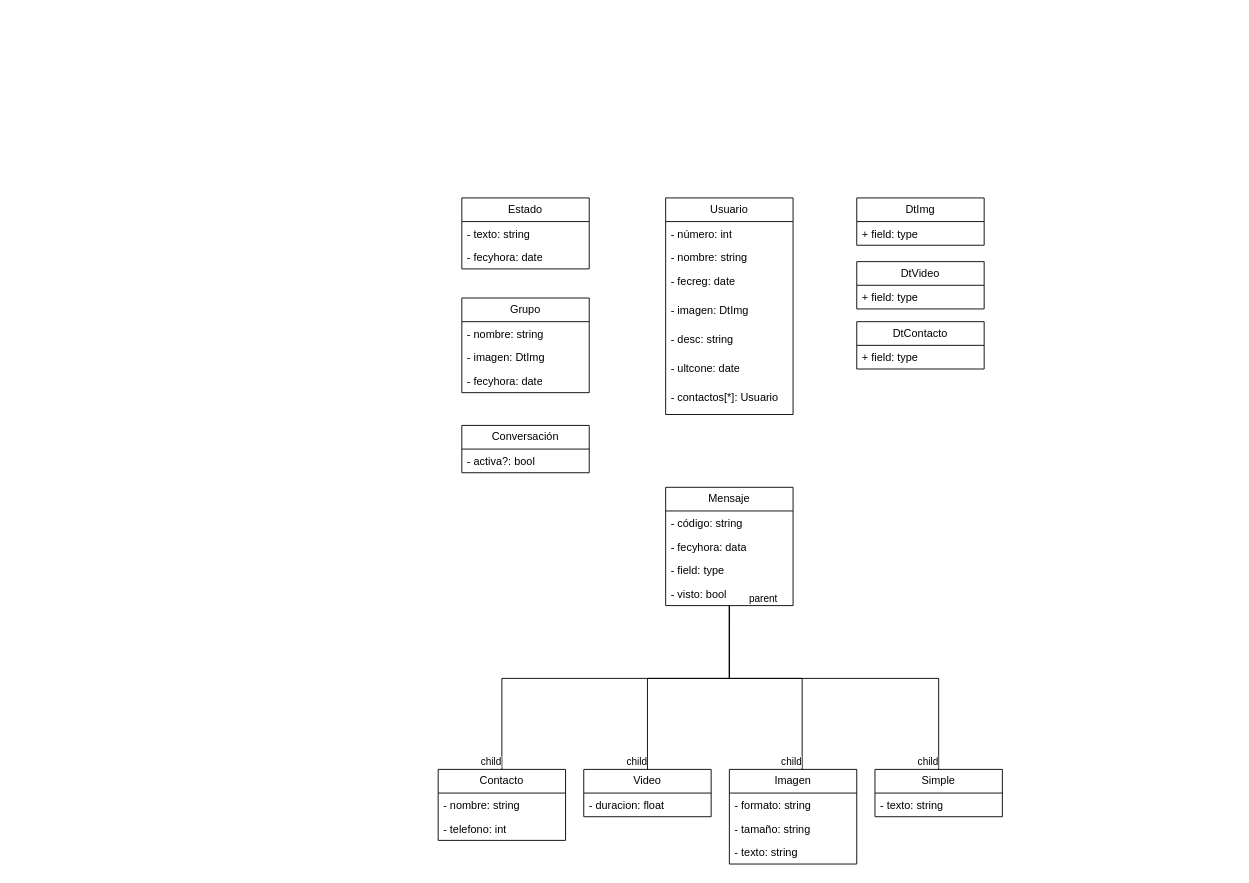
The draw.io diagram Lab2.drawio in rofernandezm/laboratorio2Pav2023, before the edit. Source tidied: cells renumbered, new cells numbered last; positions are measured from the earlier drawing's top-left corner, leaving out a move shared by most shapes. Both pictures are drawn from the tidied source at 91%, with x=0, y=0 at pixel (438, 197).
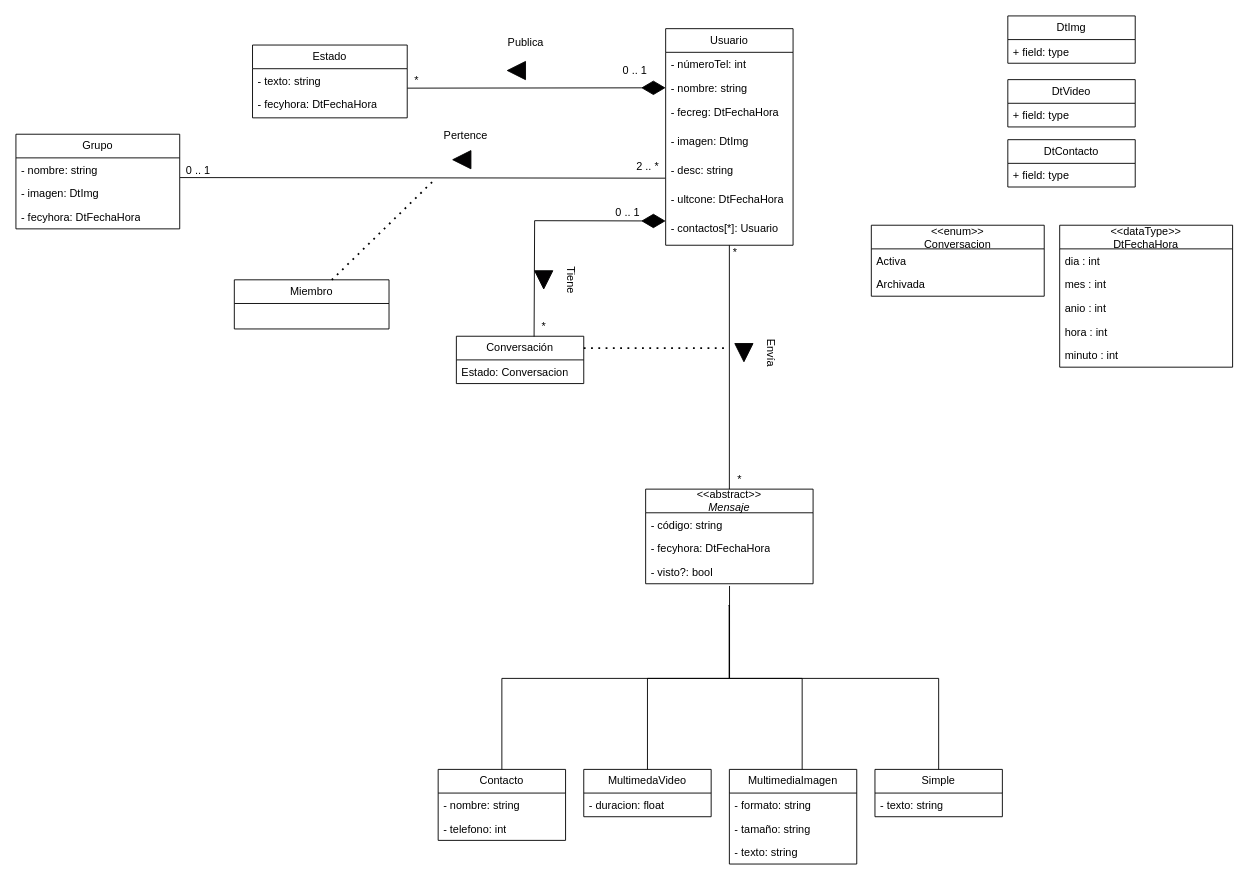
After the change.

Unchanged cells that the change refers to:
```xml
<mxCell id="4" value="- nombre: string" style="text;strokeColor=none;fillColor=none;align=left;verticalAlign=top;spacingLeft=4;spacingRight=4;overflow=hidden;points=[[0,0.5],[1,0.5]];portConstraint=eastwest;whiteSpace=wrap;html=1;" parent="2" vertex="1">
  <mxGeometry y="52" width="140" height="26" as="geometry" />
</mxCell>
<mxCell id="7" value="- desc: string" style="text;strokeColor=none;fillColor=none;align=left;verticalAlign=top;spacingLeft=4;spacingRight=4;overflow=hidden;points=[[0,0.5],[1,0.5]];portConstraint=eastwest;whiteSpace=wrap;html=1;" parent="2" vertex="1">
  <mxGeometry y="142" width="140" height="32" as="geometry" />
</mxCell>
<mxCell id="9" value="- contactos[*]: Usuario&amp;nbsp;" style="text;strokeColor=none;fillColor=none;align=left;verticalAlign=top;spacingLeft=4;spacingRight=4;overflow=hidden;points=[[0,0.5],[1,0.5]];portConstraint=eastwest;whiteSpace=wrap;html=1;" parent="2" vertex="1">
  <mxGeometry y="206" width="140" height="32" as="geometry" />
</mxCell>
<mxCell id="24" style="endArrow=none;html=1;edgeStyle=orthogonalEdgeStyle;rounded=0;" parent="1" edge="1" target="27">
  <mxGeometry relative="1" as="geometry">
    <mxPoint x="320" y="448" as="sourcePoint" />
    <Array as="points">
      <mxPoint x="320" y="449" />
      <mxPoint x="320" y="528" />
      <mxPoint x="550" y="528" />
    </Array>
  </mxGeometry>
</mxCell>
<mxCell id="33" style="endArrow=none;html=1;edgeStyle=orthogonalEdgeStyle;rounded=0;exitX=0.501;exitY=1.092;exitDx=0;exitDy=0;exitPerimeter=0;" parent="1" edge="1" source="16" target="35">
  <mxGeometry relative="1" as="geometry">
    <Array as="points">
      <mxPoint x="320" y="528" />
      <mxPoint x="400" y="528" />
    </Array>
  </mxGeometry>
</mxCell>
<mxCell id="39" style="endArrow=none;html=1;edgeStyle=orthogonalEdgeStyle;rounded=0;" parent="1" edge="1" target="41">
  <mxGeometry relative="1" as="geometry">
    <mxPoint x="320" y="448" as="sourcePoint" />
    <Array as="points">
      <mxPoint x="320" y="528" />
      <mxPoint x="230" y="528" />
    </Array>
  </mxGeometry>
</mxCell>
<mxCell id="45" style="endArrow=none;html=1;edgeStyle=orthogonalEdgeStyle;rounded=0;" parent="1" edge="1" target="47">
  <mxGeometry relative="1" as="geometry">
    <mxPoint x="319" y="448" as="sourcePoint" />
    <Array as="points">
      <mxPoint x="320" y="448" />
      <mxPoint x="320" y="528" />
      <mxPoint x="70" y="528" />
    </Array>
  </mxGeometry>
</mxCell>
```

The edit, as a diff of the source:
```diff
@@
     <mxCell id="2" value="Usuario" style="swimlane;fontStyle=0;horizontal=1;startSize=26;fillColor=none;whiteSpace=wrap;html=1;" parent="1" vertex="1">
-      <mxGeometry x="250" width="140" height="238" as="geometry" />
+      <mxGeometry x="250" y="-186" width="140" height="238" as="geometry" />
     </mxCell>
-    <mxCell id="3" value="- número: int" style="text;strokeColor=none;fillColor=none;align=left;verticalAlign=top;spacingLeft=4;spacingRight=4;overflow=hidden;whiteSpace=wrap;html=1;" parent="2" vertex="1">
+    <mxCell id="3" value="- númeroTel: int" style="text;strokeColor=none;fillColor=none;align=left;verticalAlign=top;spacingLeft=4;spacingRight=4;overflow=hidden;whiteSpace=wrap;html=1;" parent="2" vertex="1">
       <mxGeometry y="26" width="140" height="26" as="geometry" />
     </mxCell>
@@
-    <mxCell id="5" value="- fecreg: date" style="text;strokeColor=none;fillColor=none;align=left;verticalAlign=top;spacingLeft=4;spacingRight=4;overflow=hidden;whiteSpace=wrap;html=1;" parent="2" vertex="1">
+    <mxCell id="5" value="- fecreg: DtFechaHora" style="text;strokeColor=none;fillColor=none;align=left;verticalAlign=top;spacingLeft=4;spacingRight=4;overflow=hidden;whiteSpace=wrap;html=1;" parent="2" vertex="1">
       <mxGeometry y="78" width="140" height="32" as="geometry" />
     </mxCell>
@@
-    <mxCell id="8" value="- ultcone: date" style="text;strokeColor=none;fillColor=none;align=left;verticalAlign=top;spacingLeft=4;spacingRight=4;overflow=hidden;whiteSpace=wrap;html=1;" parent="2" vertex="1">
+    <mxCell id="8" value="- ultcone: DtFechaHora" style="text;strokeColor=none;fillColor=none;align=left;verticalAlign=top;spacingLeft=4;spacingRight=4;overflow=hidden;whiteSpace=wrap;html=1;" parent="2" vertex="1">
       <mxGeometry y="174" width="140" height="32" as="geometry" />
     </mxCell>
@@
     <mxCell id="10" value="Conversación" style="swimlane;fontStyle=0;horizontal=1;startSize=26;fillColor=none;whiteSpace=wrap;html=1;" parent="1" vertex="1">
-      <mxGeometry x="26" y="250" width="140" height="52" as="geometry" />
+      <mxGeometry x="20" y="152" width="140" height="52" as="geometry" />
     </mxCell>
-    <mxCell id="11" value="- activa?: bool" style="text;strokeColor=none;fillColor=none;align=left;verticalAlign=top;spacingLeft=4;spacingRight=4;overflow=hidden;whiteSpace=wrap;html=1;" parent="10" vertex="1">
+    <mxCell id="11" value="Estado: Conversacion" style="text;strokeColor=none;fillColor=none;align=left;verticalAlign=top;spacingLeft=4;spacingRight=4;overflow=hidden;whiteSpace=wrap;html=1;" parent="10" vertex="1">
       <mxGeometry y="26" width="140" height="26" as="geometry" />
     </mxCell>
-    <mxCell id="12" value="Mensaje" style="swimlane;fontStyle=0;horizontal=1;startSize=26;fillColor=none;whiteSpace=wrap;html=1;" parent="1" vertex="1">
-      <mxGeometry x="250" y="318" width="140" height="130" as="geometry" />
+    <mxCell id="12" value="&lt;div&gt;&amp;lt;&amp;lt;abstract&amp;gt;&amp;gt;&lt;br&gt;&lt;/div&gt;&lt;div&gt;&lt;i&gt;Mensaje&lt;/i&gt;&lt;/div&gt;" style="swimlane;fontStyle=0;horizontal=1;startSize=26;fillColor=none;whiteSpace=wrap;html=1;" parent="1" vertex="1">
+      <mxGeometry x="228" y="320" width="184" height="104" as="geometry" />
     </mxCell>
     <mxCell id="13" value="- código: string" style="text;strokeColor=none;fillColor=none;align=left;verticalAlign=top;spacingLeft=4;spacingRight=4;overflow=hidden;whiteSpace=wrap;html=1;" parent="12" vertex="1">
-      <mxGeometry y="26" width="140" height="26" as="geometry" />
+      <mxGeometry y="26" width="184" height="26" as="geometry" />
     </mxCell>
-    <mxCell id="14" value="- fecyhora: data" style="text;strokeColor=none;fillColor=none;align=left;verticalAlign=top;spacingLeft=4;spacingRight=4;overflow=hidden;whiteSpace=wrap;html=1;" parent="12" vertex="1">
-      <mxGeometry y="52" width="140" height="26" as="geometry" />
+    <mxCell id="14" value="- fecyhora: DtFechaHora" style="text;strokeColor=none;fillColor=none;align=left;verticalAlign=top;spacingLeft=4;spacingRight=4;overflow=hidden;whiteSpace=wrap;html=1;" parent="12" vertex="1">
+      <mxGeometry y="52" width="184" height="26" as="geometry" />
     </mxCell>
-    <mxCell id="15" value="- field: type" style="text;strokeColor=none;fillColor=none;align=left;verticalAlign=top;spacingLeft=4;spacingRight=4;overflow=hidden;whiteSpace=wrap;html=1;" parent="12" vertex="1">
-      <mxGeometry y="78" width="140" height="26" as="geometry" />
-    </mxCell>
-    <mxCell id="16" value="- visto: bool" style="text;strokeColor=none;fillColor=none;align=left;verticalAlign=top;spacingLeft=4;spacingRight=4;overflow=hidden;points=[[0,0.5],[1,0.5]];portConstraint=eastwest;whiteSpace=wrap;html=1;" parent="12" vertex="1">
-      <mxGeometry y="104" width="140" height="26" as="geometry" />
+    <mxCell id="16" value="- visto?: bool" style="text;strokeColor=none;fillColor=none;align=left;verticalAlign=top;spacingLeft=4;spacingRight=4;overflow=hidden;points=[[0,0.5],[1,0.5]];portConstraint=eastwest;whiteSpace=wrap;html=1;" parent="12" vertex="1">
+      <mxGeometry y="78" width="184" height="26" as="geometry" />
     </mxCell>
     <mxCell id="17" value="Grupo" style="swimlane;fontStyle=0;horizontal=1;startSize=26;fillColor=none;whiteSpace=wrap;html=1;" parent="1" vertex="1">
-      <mxGeometry x="26" y="110" width="140" height="104" as="geometry" />
+      <mxGeometry x="-464" y="-70" width="180" height="104" as="geometry" />
     </mxCell>
     <mxCell id="18" value="- nombre: string" style="text;strokeColor=none;fillColor=none;align=left;verticalAlign=top;spacingLeft=4;spacingRight=4;overflow=hidden;points=[[0,0.5],[1,0.5]];portConstraint=eastwest;whiteSpace=wrap;html=1;" parent="17" vertex="1">
-      <mxGeometry y="26" width="140" height="26" as="geometry" />
+      <mxGeometry y="26" width="180" height="26" as="geometry" />
     </mxCell>
     <mxCell id="19" value="- imagen: DtImg" style="text;strokeColor=none;fillColor=none;align=left;verticalAlign=top;spacingLeft=4;spacingRight=4;overflow=hidden;whiteSpace=wrap;html=1;" parent="17" vertex="1">
-      <mxGeometry y="52" width="140" height="26" as="geometry" />
+      <mxGeometry y="52" width="180" height="26" as="geometry" />
     </mxCell>
-    <mxCell id="20" value="- fecyhora: date" style="text;strokeColor=none;fillColor=none;align=left;verticalAlign=top;spacingLeft=4;spacingRight=4;overflow=hidden;whiteSpace=wrap;html=1;" parent="17" vertex="1">
-      <mxGeometry y="78" width="140" height="26" as="geometry" />
+    <mxCell id="20" value="- fecyhora: DtFechaHora" style="text;strokeColor=none;fillColor=none;align=left;verticalAlign=top;spacingLeft=4;spacingRight=4;overflow=hidden;whiteSpace=wrap;html=1;" parent="17" vertex="1">
+      <mxGeometry y="78" width="180" height="26" as="geometry" />
     </mxCell>
     <mxCell id="21" value="Estado" style="swimlane;fontStyle=0;horizontal=1;startSize=26;fillColor=none;whiteSpace=wrap;html=1;" parent="1" vertex="1">
-      <mxGeometry x="26" width="140" height="78" as="geometry" />
+      <mxGeometry x="-204" y="-168" width="170" height="80" as="geometry" />
     </mxCell>
     <mxCell id="22" value="- texto: string" style="text;strokeColor=none;fillColor=none;align=left;verticalAlign=top;spacingLeft=4;spacingRight=4;overflow=hidden;points=[[0,0.5],[1,0.5]];portConstraint=eastwest;whiteSpace=wrap;html=1;" parent="21" vertex="1">
-      <mxGeometry y="26" width="140" height="26" as="geometry" />
+      <mxGeometry y="26" width="170" height="26" as="geometry" />
     </mxCell>
-    <mxCell id="23" value="- fecyhora: date" style="text;strokeColor=none;fillColor=none;align=left;verticalAlign=top;spacingLeft=4;spacingRight=4;overflow=hidden;whiteSpace=wrap;html=1;" parent="21" vertex="1">
-      <mxGeometry y="52" width="140" height="26" as="geometry" />
+    <mxCell id="23" value="- fecyhora: DtFechaHora" style="text;strokeColor=none;fillColor=none;align=left;verticalAlign=top;spacingLeft=4;spacingRight=4;overflow=hidden;whiteSpace=wrap;html=1;" parent="21" vertex="1">
+      <mxGeometry y="52" width="170" height="28" as="geometry" />
     </mxCell>
@@
-    <mxCell id="25" value="parent" style="edgeLabel;html=1;align=left;verticalAlign=bottom;" parent="24" vertex="1">
-      <mxGeometry x="-1" relative="1" as="geometry">
-        <mxPoint x="20" as="offset" />
-      </mxGeometry>
-    </mxCell>
-    <mxCell id="26" value="child" style="edgeLabel;html=1;align=right;verticalAlign=bottom;" parent="24" vertex="1">
-      <mxGeometry x="1" relative="1" as="geometry" />
-    </mxCell>
@@
     <mxCell id="29" value="DtImg" style="swimlane;fontStyle=0;horizontal=1;startSize=26;fillColor=none;whiteSpace=wrap;html=1;" parent="1" vertex="1">
-      <mxGeometry x="460" width="140" height="52" as="geometry" />
+      <mxGeometry x="626" y="-200" width="140" height="52" as="geometry" />
     </mxCell>
@@
     <mxCell id="31" value="DtVideo" style="swimlane;fontStyle=0;horizontal=1;startSize=26;fillColor=none;whiteSpace=wrap;html=1;" parent="1" vertex="1">
-      <mxGeometry x="460" y="70" width="140" height="52" as="geometry" />
+      <mxGeometry x="626" y="-130" width="140" height="52" as="geometry" />
     </mxCell>
@@
-    <mxCell id="34" value="child" style="edgeLabel;html=1;align=right;verticalAlign=bottom;" parent="33" vertex="1">
-      <mxGeometry x="1" relative="1" as="geometry" />
-    </mxCell>
-    <mxCell id="35" value="Imagen" style="swimlane;fontStyle=0;horizontal=1;startSize=26;fillColor=none;whiteSpace=wrap;html=1;" parent="1" vertex="1">
+    <mxCell id="35" value="MultimediaImagen" style="swimlane;fontStyle=0;horizontal=1;startSize=26;fillColor=none;whiteSpace=wrap;html=1;" parent="1" vertex="1">
       <mxGeometry x="320" y="628" width="140" height="104" as="geometry" />
     </mxCell>
@@
-    <mxCell id="40" value="child" style="edgeLabel;html=1;align=right;verticalAlign=bottom;" parent="39" vertex="1">
-      <mxGeometry x="1" relative="1" as="geometry" />
-    </mxCell>
-    <mxCell id="41" value="Video" style="swimlane;fontStyle=0;horizontal=1;startSize=26;fillColor=none;whiteSpace=wrap;html=1;" parent="1" vertex="1">
+    <mxCell id="41" value="MultimedaVideo" style="swimlane;fontStyle=0;horizontal=1;startSize=26;fillColor=none;whiteSpace=wrap;html=1;" parent="1" vertex="1">
       <mxGeometry x="160" y="628" width="140" height="52" as="geometry" />
     </mxCell>
@@
     <mxCell id="43" value="DtContacto" style="swimlane;fontStyle=0;horizontal=1;startSize=26;fillColor=none;whiteSpace=wrap;html=1;" parent="1" vertex="1">
-      <mxGeometry x="460" y="136" width="140" height="52" as="geometry" />
+      <mxGeometry x="626" y="-64" width="140" height="52" as="geometry" />
     </mxCell>
@@
-    <mxCell id="46" value="child" style="edgeLabel;html=1;align=right;verticalAlign=bottom;" parent="45" vertex="1">
-      <mxGeometry x="1" relative="1" as="geometry" />
-    </mxCell>
@@
+    <mxCell id="50" style="endArrow=none;html=1;rounded=0;entryX=0.5;entryY=1;entryDx=0;entryDy=0;exitX=0.5;exitY=0;exitDx=0;exitDy=0;" parent="1" edge="1" source="12" target="2">
+      <mxGeometry relative="1" as="geometry" />
+    </mxCell>
+    <mxCell id="51" style="endArrow=none;dashed=1;html=1;dashPattern=1 3;strokeWidth=2;rounded=0;exitX=1;exitY=0.25;exitDx=0;exitDy=0;" parent="1" edge="1" source="10">
+      <mxGeometry relative="1" as="geometry">
+        <mxPoint x="316" y="165" as="targetPoint" />
+      </mxGeometry>
+    </mxCell>
+    <mxCell id="52" style="triangle;whiteSpace=wrap;html=1;rotation=90;fillColor=#030203;" parent="1" vertex="1">
+      <mxGeometry x="326" y="160" width="20" height="20" as="geometry" />
+    </mxCell>
+    <mxCell id="53" value="Envía" style="text;html=1;align=center;verticalAlign=middle;strokeColor=none;fillColor=none;rotation=90;" parent="1" vertex="1">
+      <mxGeometry x="341" y="160" width="50" height="20" as="geometry" />
+    </mxCell>
+    <mxCell id="54" value="*" style="text;html=1;align=center;verticalAlign=middle;strokeColor=none;fillColor=none;" parent="1" vertex="1">
+      <mxGeometry x="316" y="50" width="20" height="20" as="geometry" />
+    </mxCell>
+    <mxCell id="55" value="*" style="text;html=1;align=center;verticalAlign=middle;strokeColor=none;fillColor=none;" parent="1" vertex="1">
+      <mxGeometry x="321" y="300" width="20" height="20" as="geometry" />
+    </mxCell>
+    <mxCell id="56" value="0 .. 1" style="text;html=1;align=center;verticalAlign=middle;strokeColor=none;fillColor=none;" parent="1" vertex="1">
+      <mxGeometry x="188" y="6" width="40" height="20" as="geometry" />
+    </mxCell>
+    <mxCell id="57" value="*" style="text;html=1;align=center;verticalAlign=middle;strokeColor=none;fillColor=none;" parent="1" vertex="1">
+      <mxGeometry x="106" y="132" width="20" height="20" as="geometry" />
+    </mxCell>
+    <mxCell id="58" style="endArrow=diamondThin;endFill=1;endSize=24;html=1;rounded=0;exitX=0.61;exitY=0.007;exitDx=0;exitDy=0;exitPerimeter=0;entryX=0;entryY=0.167;entryDx=0;entryDy=0;entryPerimeter=0;" parent="1" edge="1" source="10" target="9">
+      <mxGeometry relative="1" as="geometry">
+        <Array as="points">
+          <mxPoint x="106" y="25" />
+        </Array>
+      </mxGeometry>
+    </mxCell>
+    <mxCell id="59" value="*" style="text;html=1;align=center;verticalAlign=middle;strokeColor=none;fillColor=none;" parent="1" vertex="1">
+      <mxGeometry x="-34" y="-139" width="20" height="20" as="geometry" />
+    </mxCell>
+    <mxCell id="60" value="&lt;div&gt;0 .. 1&lt;/div&gt;" style="text;html=1;align=center;verticalAlign=middle;strokeColor=none;fillColor=none;" parent="1" vertex="1">
+      <mxGeometry x="196" y="-150" width="40" height="20" as="geometry" />
+    </mxCell>
+    <mxCell id="61" style="endArrow=diamondThin;endFill=1;endSize=24;html=1;rounded=0;entryX=0;entryY=0.5;entryDx=0;entryDy=0;exitX=1.001;exitY=0.822;exitDx=0;exitDy=0;exitPerimeter=0;" parent="1" edge="1" source="22" target="4">
+      <mxGeometry relative="1" as="geometry" />
+    </mxCell>
+    <mxCell id="62" value="&#10;&lt;&lt;dataType&gt;&gt;&#10;DtFechaHora&#10;" style="swimlane;fontStyle=0;horizontal=1;startSize=26;fillColor=none;" parent="1" vertex="1">
+      <mxGeometry x="683" y="30" width="190" height="156" as="geometry" />
+    </mxCell>
+    <mxCell id="63" value="dia : int" style="text;strokeColor=none;fillColor=none;align=left;verticalAlign=top;spacingLeft=4;spacingRight=4;overflow=hidden;" parent="62" vertex="1">
+      <mxGeometry y="26" width="190" height="26" as="geometry" />
+    </mxCell>
+    <mxCell id="64" value="mes : int" style="text;strokeColor=none;fillColor=none;align=left;verticalAlign=top;spacingLeft=4;spacingRight=4;overflow=hidden;" parent="62" vertex="1">
+      <mxGeometry y="52" width="190" height="26" as="geometry" />
+    </mxCell>
+    <mxCell id="65" value="anio : int" style="text;strokeColor=none;fillColor=none;align=left;verticalAlign=top;spacingLeft=4;spacingRight=4;overflow=hidden;" parent="62" vertex="1">
+      <mxGeometry y="78" width="190" height="26" as="geometry" />
+    </mxCell>
+    <mxCell id="66" value="hora : int" style="text;strokeColor=none;fillColor=none;align=left;verticalAlign=top;spacingLeft=4;spacingRight=4;overflow=hidden;" parent="62" vertex="1">
+      <mxGeometry y="104" width="190" height="26" as="geometry" />
+    </mxCell>
+    <mxCell id="67" value="minuto : int" style="text;strokeColor=none;fillColor=none;align=left;verticalAlign=top;spacingLeft=4;spacingRight=4;overflow=hidden;" parent="62" vertex="1">
+      <mxGeometry y="130" width="190" height="26" as="geometry" />
+    </mxCell>
+    <mxCell id="68" style="triangle;whiteSpace=wrap;html=1;rotation=-180;fillColor=#030203;" parent="1" vertex="1">
+      <mxGeometry x="76" y="-150" width="20" height="20" as="geometry" />
+    </mxCell>
+    <mxCell id="69" value="Publica" style="text;html=1;align=center;verticalAlign=middle;strokeColor=none;fillColor=none;rotation=0;" parent="1" vertex="1">
+      <mxGeometry x="66" y="-180" width="60" height="20" as="geometry" />
+    </mxCell>
+    <mxCell id="70" value="&#10;&#10;&lt;&lt;enum&gt;&gt;&#10;Conversacion&#10;&#10;" style="swimlane;fontStyle=0;horizontal=1;startSize=26;fillColor=none;" parent="1" vertex="1">
+      <mxGeometry x="476" y="30" width="190" height="78" as="geometry" />
+    </mxCell>
+    <mxCell id="71" value="Activa" style="text;strokeColor=none;fillColor=none;align=left;verticalAlign=top;spacingLeft=4;spacingRight=4;overflow=hidden;" parent="70" vertex="1">
+      <mxGeometry y="26" width="190" height="26" as="geometry" />
+    </mxCell>
+    <mxCell id="72" value="Archivada" style="text;strokeColor=none;fillColor=none;align=left;verticalAlign=top;spacingLeft=4;spacingRight=4;overflow=hidden;" parent="70" vertex="1">
+      <mxGeometry y="52" width="190" height="26" as="geometry" />
+    </mxCell>
+    <mxCell id="73" style="triangle;whiteSpace=wrap;html=1;rotation=90;fillColor=#030203;" parent="1" vertex="1">
+      <mxGeometry x="106" y="80" width="20" height="20" as="geometry" />
+    </mxCell>
+    <mxCell id="74" value="Tiene" style="text;html=1;align=center;verticalAlign=middle;strokeColor=none;fillColor=none;rotation=90;" parent="1" vertex="1">
+      <mxGeometry x="121" y="80" width="50" height="20" as="geometry" />
+    </mxCell>
+    <mxCell id="75" style="endArrow=none;html=1;rounded=0;exitX=1.002;exitY=0.832;exitDx=0;exitDy=0;exitPerimeter=0;entryX=-0.003;entryY=0.697;entryDx=0;entryDy=0;entryPerimeter=0;" parent="1" edge="1" source="18" target="7">
+      <mxGeometry relative="1" as="geometry" />
+    </mxCell>
+    <mxCell id="76" value="2 .. *" style="text;html=1;align=center;verticalAlign=middle;strokeColor=none;fillColor=none;" parent="1" vertex="1">
+      <mxGeometry x="210" y="-44" width="40" height="20" as="geometry" />
+    </mxCell>
+    <mxCell id="77" value="0 .. 1" style="text;html=1;align=center;verticalAlign=middle;strokeColor=none;fillColor=none;" parent="1" vertex="1">
+      <mxGeometry x="-284" y="-40" width="40" height="20" as="geometry" />
+    </mxCell>
+    <mxCell id="78" style="triangle;whiteSpace=wrap;html=1;rotation=-180;fillColor=#030203;" parent="1" vertex="1">
+      <mxGeometry x="16" y="-52" width="20" height="20" as="geometry" />
+    </mxCell>
+    <mxCell id="79" value="Pertence" style="text;html=1;align=center;verticalAlign=middle;strokeColor=none;fillColor=none;rotation=0;" parent="1" vertex="1">
+      <mxGeometry y="-78" width="60" height="20" as="geometry" />
+    </mxCell>
+    <mxCell id="80" value="Miembro" style="swimlane;fontStyle=0;horizontal=1;startSize=26;fillColor=none;whiteSpace=wrap;html=1;" parent="1" vertex="1">
+      <mxGeometry x="-224" y="90" width="170" height="54" as="geometry" />
+    </mxCell>
+    <mxCell id="81" value="&lt;div&gt;&lt;br&gt;&lt;/div&gt;&lt;div&gt;&lt;br&gt;&lt;/div&gt;" style="text;strokeColor=none;fillColor=none;align=left;verticalAlign=top;spacingLeft=4;spacingRight=4;overflow=hidden;whiteSpace=wrap;html=1;" parent="80" vertex="1">
+      <mxGeometry y="26" width="170" height="28" as="geometry" />
+    </mxCell>
+    <mxCell id="82" style="endArrow=none;dashed=1;html=1;dashPattern=1 3;strokeWidth=2;rounded=0;exitX=0.63;exitY=0.003;exitDx=0;exitDy=0;exitPerimeter=0;" parent="1" edge="1" source="80">
+      <mxGeometry relative="1" as="geometry">
+        <mxPoint x="-4" y="-20" as="targetPoint" />
+      </mxGeometry>
+    </mxCell>
```
